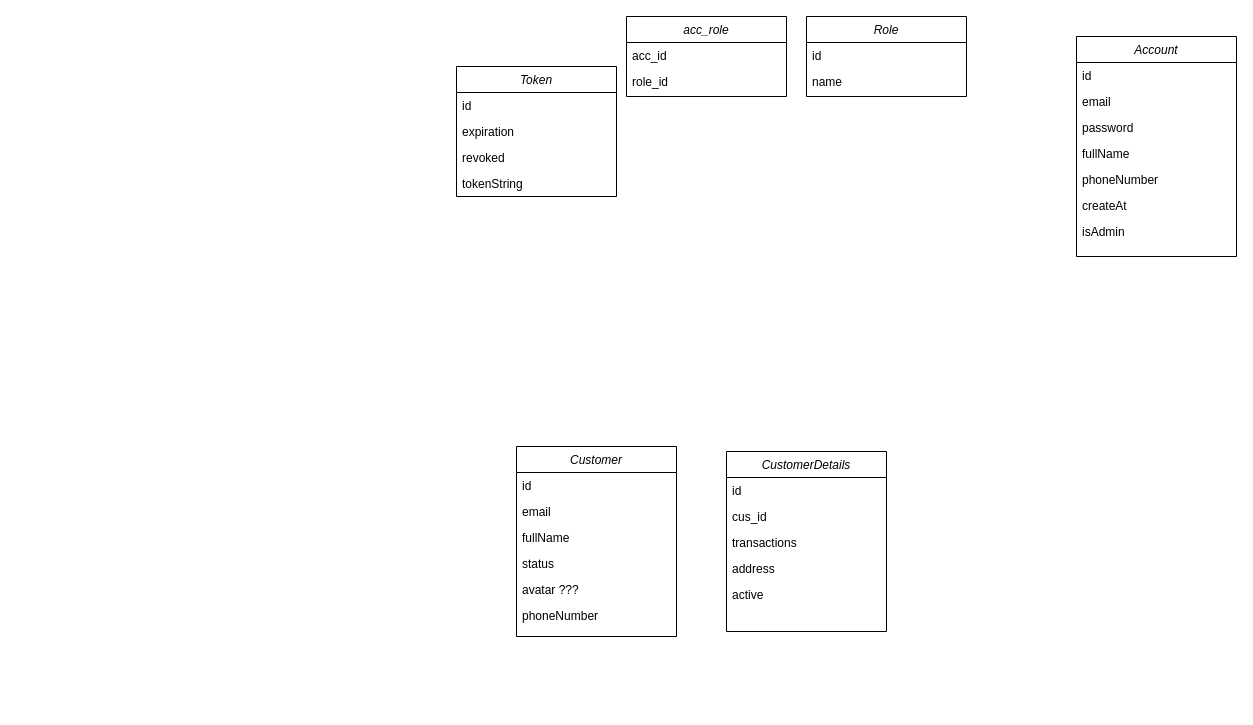
This is db Diagram.drawio from DacVuCaMap/ConstructCompany, a draw.io file, before an edit. Source tidied: cells renumbered, new cells numbered last; positions are measured from the earlier drawing's top-left corner, leaving out a move shared by most shapes. Both pictures are drawn from the tidied source at 100%, with x=0, y=0 at pixel (456, 16).
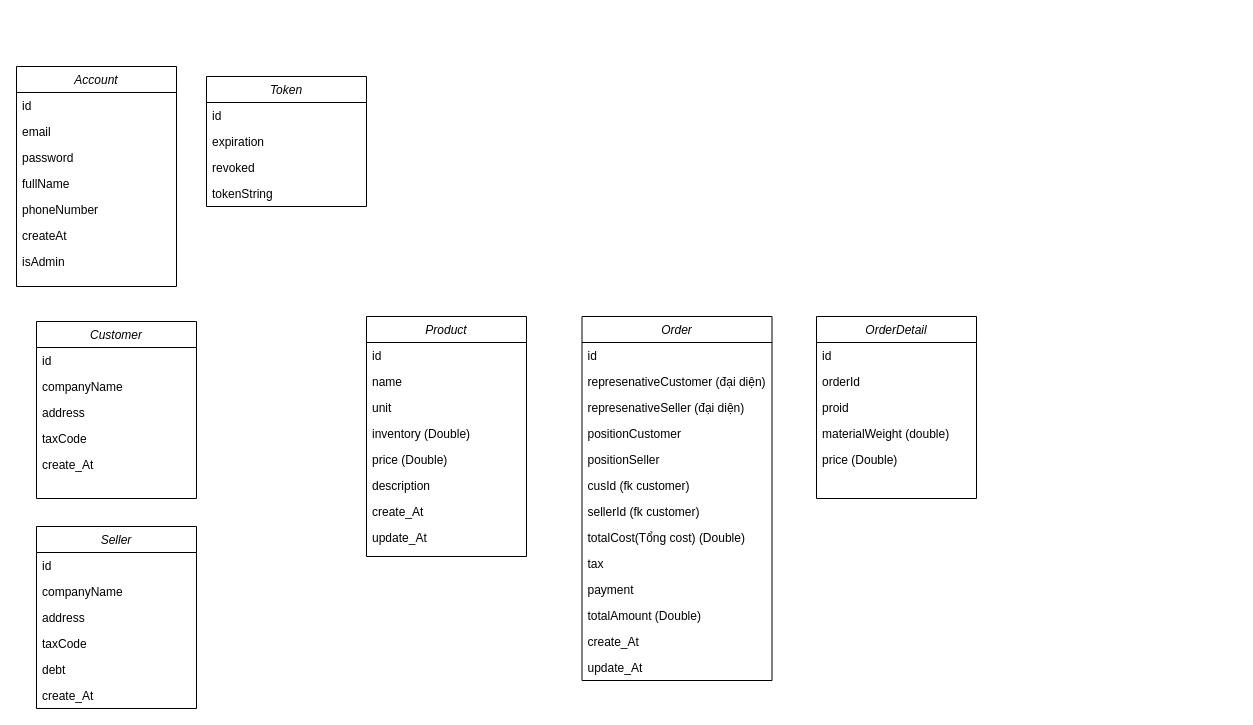
After the change.

What changed in the source:
```diff
@@
     <mxCell id="2" value="Account" style="swimlane;fontStyle=2;align=center;verticalAlign=top;horizontal=1;startSize=26;rounded=0;shadow=0;strokeWidth=1;" parent="1" vertex="1">
-      <mxGeometry x="620" y="20" width="160" height="220" as="geometry" />
+      <mxGeometry x="-440" y="50" width="160" height="220" as="geometry" />
     </mxCell>
@@
-    <mxCell id="10" value="Role" style="swimlane;fontStyle=2;align=center;verticalAlign=top;horizontal=1;startSize=26;rounded=0;shadow=0;strokeWidth=1;" parent="1" vertex="1">
-      <mxGeometry x="350" width="160" height="80" as="geometry" />
-    </mxCell>
-    <mxCell id="11" value="id" style="text;align=left;verticalAlign=top;spacingLeft=4;spacingRight=4;overflow=hidden;" parent="10" vertex="1">
-      <mxGeometry y="26" width="160" height="26" as="geometry" />
-    </mxCell>
-    <mxCell id="12" value="name" style="text;align=left;verticalAlign=top;spacingLeft=4;spacingRight=4;overflow=hidden;rounded=0;shadow=0;html=0;" parent="10" vertex="1">
-      <mxGeometry y="52" width="160" height="26" as="geometry" />
-    </mxCell>
     <mxCell id="13" value="Token" style="swimlane;fontStyle=2;align=center;verticalAlign=top;horizontal=1;startSize=26;rounded=0;shadow=0;strokeWidth=1;" parent="1" vertex="1">
-      <mxGeometry y="50" width="160" height="130" as="geometry" />
+      <mxGeometry x="-250" y="60" width="160" height="130" as="geometry" />
     </mxCell>
@@
-    <mxCell id="18" value="acc_role" style="swimlane;fontStyle=2;align=center;verticalAlign=top;horizontal=1;startSize=26;rounded=0;shadow=0;strokeWidth=1;" parent="1" vertex="1">
-      <mxGeometry x="170" width="160" height="80" as="geometry" />
-    </mxCell>
-    <mxCell id="19" value="acc_id" style="text;align=left;verticalAlign=top;spacingLeft=4;spacingRight=4;overflow=hidden;" parent="18" vertex="1">
-      <mxGeometry y="26" width="160" height="26" as="geometry" />
-    </mxCell>
-    <mxCell id="20" value="role_id" style="text;align=left;verticalAlign=top;spacingLeft=4;spacingRight=4;overflow=hidden;rounded=0;shadow=0;html=0;" parent="18" vertex="1">
-      <mxGeometry y="52" width="160" height="26" as="geometry" />
-    </mxCell>
     <mxCell id="21" value="Customer" style="swimlane;fontStyle=2;align=center;verticalAlign=top;horizontal=1;startSize=26;rounded=0;shadow=0;strokeWidth=1;" parent="1" vertex="1">
-      <mxGeometry x="60" y="430" width="160" height="190" as="geometry" />
+      <mxGeometry x="-420" y="305" width="160" height="177" as="geometry" />
     </mxCell>
@@
-    <mxCell id="23" value="email" style="text;align=left;verticalAlign=top;spacingLeft=4;spacingRight=4;overflow=hidden;rounded=0;shadow=0;html=0;" parent="21" vertex="1">
+    <mxCell id="23" value="companyName" style="text;align=left;verticalAlign=top;spacingLeft=4;spacingRight=4;overflow=hidden;rounded=0;shadow=0;html=0;" parent="21" vertex="1">
       <mxGeometry y="52" width="160" height="26" as="geometry" />
     </mxCell>
-    <mxCell id="24" value="fullName" style="text;align=left;verticalAlign=top;spacingLeft=4;spacingRight=4;overflow=hidden;" parent="21" vertex="1">
-      <mxGeometry y="78" width="160" height="26" as="geometry" />
-    </mxCell>
-    <mxCell id="25" value="status" style="text;align=left;verticalAlign=top;spacingLeft=4;spacingRight=4;overflow=hidden;" parent="21" vertex="1">
-      <mxGeometry y="104" width="160" height="26" as="geometry" />
-    </mxCell>
-    <mxCell id="26" value="avatar ???" style="text;align=left;verticalAlign=top;spacingLeft=4;spacingRight=4;overflow=hidden;" parent="21" vertex="1">
-      <mxGeometry y="130" width="160" height="26" as="geometry" />
-    </mxCell>
-    <mxCell id="27" value="phoneNumber" style="text;align=left;verticalAlign=top;spacingLeft=4;spacingRight=4;overflow=hidden;" parent="21" vertex="1">
-      <mxGeometry y="156" width="160" height="26" as="geometry" />
+    <mxCell id="27" value="address" style="text;align=left;verticalAlign=top;spacingLeft=4;spacingRight=4;overflow=hidden;" parent="21" vertex="1">
+      <mxGeometry y="78" width="160" height="26" as="geometry" />
     </mxCell>
+    <mxCell id="34" value="taxCode" style="text;align=left;verticalAlign=top;spacingLeft=4;spacingRight=4;overflow=hidden;" parent="21" vertex="1">
+      <mxGeometry y="104" width="160" height="26" as="geometry" />
+    </mxCell>
+    <mxCell id="35" value="create_At" style="text;align=left;verticalAlign=top;spacingLeft=4;spacingRight=4;overflow=hidden;" parent="21" vertex="1">
+      <mxGeometry y="130" width="160" height="26" as="geometry" />
+    </mxCell>
-    <mxCell id="28" value="CustomerDetails" style="swimlane;fontStyle=2;align=center;verticalAlign=top;horizontal=1;startSize=26;rounded=0;shadow=0;strokeWidth=1;" parent="1" vertex="1">
-      <mxGeometry x="270" y="435" width="160" height="180" as="geometry" />
+    <mxCell id="28" value="OrderDetail" style="swimlane;fontStyle=2;align=center;verticalAlign=top;horizontal=1;startSize=26;rounded=0;shadow=0;strokeWidth=1;" parent="1" vertex="1">
+      <mxGeometry x="360" y="300" width="160" height="182" as="geometry" />
     </mxCell>
@@
+    <mxCell id="36" value="orderId" style="text;align=left;verticalAlign=top;spacingLeft=4;spacingRight=4;overflow=hidden;rounded=0;shadow=0;html=0;" parent="28" vertex="1">
+      <mxGeometry y="52" width="160" height="26" as="geometry" />
+    </mxCell>
-    <mxCell id="30" value="cus_id" style="text;align=left;verticalAlign=top;spacingLeft=4;spacingRight=4;overflow=hidden;rounded=0;shadow=0;html=0;" parent="28" vertex="1">
-      <mxGeometry y="52" width="160" height="26" as="geometry" />
+    <mxCell id="30" value="proid" style="text;align=left;verticalAlign=top;spacingLeft=4;spacingRight=4;overflow=hidden;rounded=0;shadow=0;html=0;" parent="28" vertex="1">
+      <mxGeometry y="78" width="160" height="26" as="geometry" />
     </mxCell>
-    <mxCell id="31" value="transactions" style="text;align=left;verticalAlign=top;spacingLeft=4;spacingRight=4;overflow=hidden;" parent="28" vertex="1">
-      <mxGeometry y="78" width="160" height="26" as="geometry" />
-    </mxCell>
+    <mxCell id="37" value="materialWeight (double)" style="text;align=left;verticalAlign=top;spacingLeft=4;spacingRight=4;overflow=hidden;rounded=0;shadow=0;html=0;" parent="28" vertex="1">
+      <mxGeometry y="104" width="160" height="26" as="geometry" />
+    </mxCell>
+    <mxCell id="38" value="price (Double)" style="text;align=left;verticalAlign=top;spacingLeft=4;spacingRight=4;overflow=hidden;rounded=0;shadow=0;html=0;" parent="28" vertex="1">
+      <mxGeometry y="130" width="160" height="26" as="geometry" />
+    </mxCell>
+    <mxCell id="39" value="Product" style="swimlane;fontStyle=2;align=center;verticalAlign=top;horizontal=1;startSize=26;rounded=0;shadow=0;strokeWidth=1;" parent="1" vertex="1">
+      <mxGeometry x="-90" y="300" width="160" height="240" as="geometry" />
+    </mxCell>
+    <mxCell id="40" value="id" style="text;align=left;verticalAlign=top;spacingLeft=4;spacingRight=4;overflow=hidden;" parent="39" vertex="1">
+      <mxGeometry y="26" width="160" height="26" as="geometry" />
+    </mxCell>
+    <mxCell id="12" value="name" style="text;align=left;verticalAlign=top;spacingLeft=4;spacingRight=4;overflow=hidden;rounded=0;shadow=0;html=0;" parent="39" vertex="1">
+      <mxGeometry y="52" width="160" height="26" as="geometry" />
+    </mxCell>
+    <mxCell id="41" value="unit" style="text;align=left;verticalAlign=top;spacingLeft=4;spacingRight=4;overflow=hidden;rounded=0;shadow=0;html=0;" parent="39" vertex="1">
+      <mxGeometry y="78" width="160" height="26" as="geometry" />
+    </mxCell>
+    <mxCell id="42" value="inventory (Double)" style="text;align=left;verticalAlign=top;spacingLeft=4;spacingRight=4;overflow=hidden;rounded=0;shadow=0;html=0;" parent="39" vertex="1">
+      <mxGeometry y="104" width="160" height="26" as="geometry" />
+    </mxCell>
+    <mxCell id="43" value="price (Double)" style="text;align=left;verticalAlign=top;spacingLeft=4;spacingRight=4;overflow=hidden;rounded=0;shadow=0;html=0;" parent="39" vertex="1">
+      <mxGeometry y="130" width="160" height="26" as="geometry" />
+    </mxCell>
+    <mxCell id="44" value="description" style="text;align=left;verticalAlign=top;spacingLeft=4;spacingRight=4;overflow=hidden;rounded=0;shadow=0;html=0;" parent="39" vertex="1">
+      <mxGeometry y="156" width="160" height="26" as="geometry" />
+    </mxCell>
+    <mxCell id="45" value="create_At" style="text;align=left;verticalAlign=top;spacingLeft=4;spacingRight=4;overflow=hidden;" parent="39" vertex="1">
+      <mxGeometry y="182" width="160" height="26" as="geometry" />
+    </mxCell>
+    <mxCell id="46" value="update_At" style="text;align=left;verticalAlign=top;spacingLeft=4;spacingRight=4;overflow=hidden;" parent="39" vertex="1">
+      <mxGeometry y="208" width="160" height="26" as="geometry" />
+    </mxCell>
+    <mxCell id="47" value="Order" style="swimlane;fontStyle=2;align=center;verticalAlign=top;horizontal=1;startSize=26;rounded=0;shadow=0;strokeWidth=1;" parent="1" vertex="1">
+      <mxGeometry x="125.5" y="300" width="190" height="364" as="geometry" />
+    </mxCell>
+    <mxCell id="48" value="id" style="text;align=left;verticalAlign=top;spacingLeft=4;spacingRight=4;overflow=hidden;" parent="47" vertex="1">
+      <mxGeometry y="26" width="190" height="26" as="geometry" />
+    </mxCell>
+    <mxCell id="24" value="represenativeCustomer (đại diện)" style="text;align=left;verticalAlign=top;spacingLeft=4;spacingRight=4;overflow=hidden;" parent="47" vertex="1">
+      <mxGeometry y="52" width="190" height="26" as="geometry" />
+    </mxCell>
+    <mxCell id="49" value="represenativeSeller (đại diện)" style="text;align=left;verticalAlign=top;spacingLeft=4;spacingRight=4;overflow=hidden;" parent="47" vertex="1">
+      <mxGeometry y="78" width="190" height="26" as="geometry" />
+    </mxCell>
+    <mxCell id="50" value="positionCustomer " style="text;align=left;verticalAlign=top;spacingLeft=4;spacingRight=4;overflow=hidden;" parent="47" vertex="1">
+      <mxGeometry y="104" width="190" height="26" as="geometry" />
+    </mxCell>
+    <mxCell id="51" value="positionSeller " style="text;align=left;verticalAlign=top;spacingLeft=4;spacingRight=4;overflow=hidden;" parent="47" vertex="1">
+      <mxGeometry y="130" width="190" height="26" as="geometry" />
+    </mxCell>
+    <mxCell id="52" value="cusId (fk customer)" style="text;align=left;verticalAlign=top;spacingLeft=4;spacingRight=4;overflow=hidden;" parent="47" vertex="1">
+      <mxGeometry y="156" width="190" height="26" as="geometry" />
+    </mxCell>
+    <mxCell id="53" value="sellerId (fk customer)" style="text;align=left;verticalAlign=top;spacingLeft=4;spacingRight=4;overflow=hidden;" parent="47" vertex="1">
+      <mxGeometry y="182" width="190" height="26" as="geometry" />
+    </mxCell>
+    <mxCell id="54" value="totalCost(Tổng cost) (Double)" style="text;align=left;verticalAlign=top;spacingLeft=4;spacingRight=4;overflow=hidden;" parent="47" vertex="1">
+      <mxGeometry y="208" width="190" height="26" as="geometry" />
+    </mxCell>
+    <mxCell id="55" value="tax" style="text;align=left;verticalAlign=top;spacingLeft=4;spacingRight=4;overflow=hidden;" parent="47" vertex="1">
+      <mxGeometry y="234" width="190" height="26" as="geometry" />
+    </mxCell>
+    <mxCell id="56" value="payment" style="text;align=left;verticalAlign=top;spacingLeft=4;spacingRight=4;overflow=hidden;" parent="47" vertex="1">
+      <mxGeometry y="260" width="190" height="26" as="geometry" />
+    </mxCell>
+    <mxCell id="57" value="totalAmount (Double)" style="text;align=left;verticalAlign=top;spacingLeft=4;spacingRight=4;overflow=hidden;" parent="47" vertex="1">
+      <mxGeometry y="286" width="190" height="26" as="geometry" />
+    </mxCell>
+    <mxCell id="58" value="create_At" style="text;align=left;verticalAlign=top;spacingLeft=4;spacingRight=4;overflow=hidden;" parent="47" vertex="1">
+      <mxGeometry y="312" width="190" height="26" as="geometry" />
+    </mxCell>
+    <mxCell id="59" value="update_At" style="text;align=left;verticalAlign=top;spacingLeft=4;spacingRight=4;overflow=hidden;" parent="47" vertex="1">
+      <mxGeometry y="338" width="190" height="26" as="geometry" />
+    </mxCell>
+    <mxCell id="60" value="Seller" style="swimlane;fontStyle=2;align=center;verticalAlign=top;horizontal=1;startSize=26;rounded=0;shadow=0;strokeWidth=1;" parent="1" vertex="1">
+      <mxGeometry x="-420" y="510" width="160" height="182" as="geometry" />
+    </mxCell>
+    <mxCell id="61" value="id" style="text;align=left;verticalAlign=top;spacingLeft=4;spacingRight=4;overflow=hidden;" parent="60" vertex="1">
+      <mxGeometry y="26" width="160" height="26" as="geometry" />
+    </mxCell>
+    <mxCell id="62" value="companyName" style="text;align=left;verticalAlign=top;spacingLeft=4;spacingRight=4;overflow=hidden;rounded=0;shadow=0;html=0;" parent="60" vertex="1">
+      <mxGeometry y="52" width="160" height="26" as="geometry" />
+    </mxCell>
-    <mxCell id="32" value="address" style="text;align=left;verticalAlign=top;spacingLeft=4;spacingRight=4;overflow=hidden;" parent="28" vertex="1">
-      <mxGeometry y="104" width="160" height="26" as="geometry" />
+    <mxCell id="32" value="address" style="text;align=left;verticalAlign=top;spacingLeft=4;spacingRight=4;overflow=hidden;" parent="60" vertex="1">
+      <mxGeometry y="78" width="160" height="26" as="geometry" />
     </mxCell>
-    <mxCell id="33" value="active" style="text;align=left;verticalAlign=top;spacingLeft=4;spacingRight=4;overflow=hidden;" parent="28" vertex="1">
-      <mxGeometry y="130" width="160" height="26" as="geometry" />
-    </mxCell>
+    <mxCell id="63" value="taxCode" style="text;align=left;verticalAlign=top;spacingLeft=4;spacingRight=4;overflow=hidden;" parent="60" vertex="1">
+      <mxGeometry y="104" width="160" height="26" as="geometry" />
+    </mxCell>
+    <mxCell id="64" value="debt" style="text;align=left;verticalAlign=top;spacingLeft=4;spacingRight=4;overflow=hidden;" parent="60" vertex="1">
+      <mxGeometry y="130" width="160" height="26" as="geometry" />
+    </mxCell>
+    <mxCell id="65" value="create_At" style="text;align=left;verticalAlign=top;spacingLeft=4;spacingRight=4;overflow=hidden;" parent="60" vertex="1">
+      <mxGeometry y="156" width="160" height="26" as="geometry" />
+    </mxCell>
```
